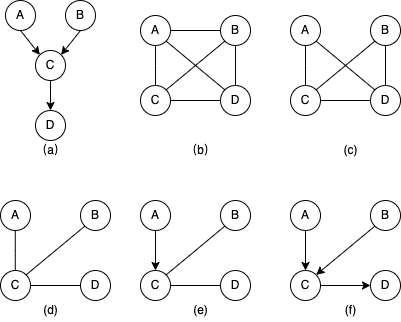
pardonpardon/graph keeps this draw.io diagram as pc_alg_step1.png. Above is the earlier version. Source tidied: cells renumbered, new cells last; positions are measured from the earlier drawing's top-left corner, leaving out a move shared by most shapes.
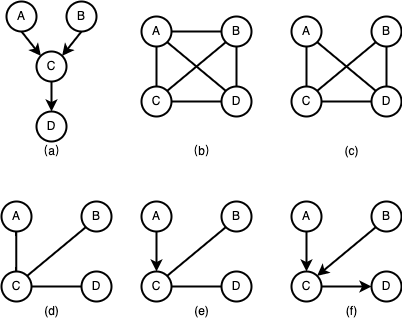
After the change.

Change to the diagram source:
```diff
@@ -2,171 +2,171 @@
   <root>
     <mxCell id="0" />
     <mxCell id="1" parent="0" />
-    <mxCell id="2" value="A" style="ellipse;whiteSpace=wrap;html=1;" parent="1" vertex="1">
+    <mxCell id="2" value="A" style="ellipse;whiteSpace=wrap;html=1;strokeWidth=2;" parent="1" vertex="1">
       <mxGeometry x="5" width="30" height="30" as="geometry" />
     </mxCell>
-    <mxCell id="3" value="B" style="ellipse;whiteSpace=wrap;html=1;" parent="1" vertex="1">
+    <mxCell id="3" value="B" style="ellipse;whiteSpace=wrap;html=1;strokeWidth=2;" parent="1" vertex="1">
       <mxGeometry x="65" width="30" height="30" as="geometry" />
     </mxCell>
-    <mxCell id="4" value="C" style="ellipse;whiteSpace=wrap;html=1;" parent="1" vertex="1">
+    <mxCell id="4" value="C" style="ellipse;whiteSpace=wrap;html=1;strokeWidth=2;" parent="1" vertex="1">
       <mxGeometry x="35" y="50" width="30" height="30" as="geometry" />
     </mxCell>
-    <mxCell id="5" value="D" style="ellipse;whiteSpace=wrap;html=1;direction=south;" parent="1" vertex="1">
+    <mxCell id="5" value="D" style="ellipse;whiteSpace=wrap;html=1;direction=south;strokeWidth=2;" parent="1" vertex="1">
       <mxGeometry x="35" y="110" width="30" height="30" as="geometry" />
     </mxCell>
-    <mxCell id="6" style="endArrow=classic;html=1;rounded=0;strokeWidth=1;exitX=0.5;exitY=1;exitDx=0;exitDy=0;entryX=0;entryY=0;entryDx=0;entryDy=0;" parent="1" edge="1" source="2" target="4">
+    <mxCell id="6" style="endArrow=classic;html=1;rounded=0;strokeWidth=2;exitX=0.5;exitY=1;exitDx=0;exitDy=0;entryX=0;entryY=0;entryDx=0;entryDy=0;" parent="1" edge="1" source="2" target="4">
       <mxGeometry relative="1" as="geometry" />
     </mxCell>
-    <mxCell id="7" style="endArrow=classic;html=1;rounded=0;strokeWidth=1;exitX=0.5;exitY=1;exitDx=0;exitDy=0;entryX=1;entryY=0;entryDx=0;entryDy=0;" parent="1" edge="1" source="3" target="4">
+    <mxCell id="7" style="endArrow=classic;html=1;rounded=0;strokeWidth=2;exitX=0.5;exitY=1;exitDx=0;exitDy=0;entryX=1;entryY=0;entryDx=0;entryDy=0;" parent="1" edge="1" source="3" target="4">
       <mxGeometry relative="1" as="geometry" />
     </mxCell>
-    <mxCell id="8" style="endArrow=classic;html=1;rounded=0;strokeWidth=1;exitX=0.5;exitY=1;exitDx=0;exitDy=0;entryX=0;entryY=0.5;entryDx=0;entryDy=0;" parent="1" edge="1" source="4" target="5">
+    <mxCell id="8" style="endArrow=classic;html=1;rounded=0;strokeWidth=2;exitX=0.5;exitY=1;exitDx=0;exitDy=0;entryX=0;entryY=0.5;entryDx=0;entryDy=0;" parent="1" edge="1" source="4" target="5">
       <mxGeometry relative="1" as="geometry" />
     </mxCell>
-    <mxCell id="9" value="A" style="ellipse;whiteSpace=wrap;html=1;" parent="1" vertex="1">
+    <mxCell id="9" value="A" style="ellipse;whiteSpace=wrap;html=1;strokeWidth=2;" parent="1" vertex="1">
       <mxGeometry x="140" y="15" width="30" height="30" as="geometry" />
     </mxCell>
-    <mxCell id="10" value="B" style="ellipse;whiteSpace=wrap;html=1;" parent="1" vertex="1">
+    <mxCell id="10" value="B" style="ellipse;whiteSpace=wrap;html=1;strokeWidth=2;" parent="1" vertex="1">
       <mxGeometry x="220" y="15" width="30" height="30" as="geometry" />
     </mxCell>
-    <mxCell id="11" value="D" style="ellipse;whiteSpace=wrap;html=1;" parent="1" vertex="1">
+    <mxCell id="11" value="D" style="ellipse;whiteSpace=wrap;html=1;strokeWidth=2;" parent="1" vertex="1">
       <mxGeometry x="220" y="85" width="30" height="30" as="geometry" />
     </mxCell>
-    <mxCell id="12" value="C" style="ellipse;whiteSpace=wrap;html=1;" parent="1" vertex="1">
+    <mxCell id="12" value="C" style="ellipse;whiteSpace=wrap;html=1;strokeWidth=2;" parent="1" vertex="1">
       <mxGeometry x="140" y="85" width="30" height="30" as="geometry" />
     </mxCell>
-    <mxCell id="13" style="endArrow=none;html=1;rounded=0;strokeWidth=1;exitX=0.5;exitY=0;exitDx=0;exitDy=0;entryX=0.5;entryY=1;entryDx=0;entryDy=0;" parent="1" edge="1" source="12" target="9">
+    <mxCell id="13" style="endArrow=none;html=1;rounded=0;strokeWidth=2;exitX=0.5;exitY=0;exitDx=0;exitDy=0;entryX=0.5;entryY=1;entryDx=0;entryDy=0;" parent="1" edge="1" source="12" target="9">
       <mxGeometry relative="1" as="geometry">
         <Array as="points">
           <mxPoint x="155" y="65" />
         </Array>
       </mxGeometry>
     </mxCell>
-    <mxCell id="14" style="endArrow=none;html=1;rounded=0;strokeWidth=1;exitX=1;exitY=0.5;exitDx=0;exitDy=0;entryX=0;entryY=0.5;entryDx=0;entryDy=0;" parent="1" edge="1" source="9" target="10">
+    <mxCell id="14" style="endArrow=none;html=1;rounded=0;strokeWidth=2;exitX=1;exitY=0.5;exitDx=0;exitDy=0;entryX=0;entryY=0.5;entryDx=0;entryDy=0;" parent="1" edge="1" source="9" target="10">
       <mxGeometry relative="1" as="geometry" />
     </mxCell>
-    <mxCell id="15" style="endArrow=none;html=1;rounded=0;strokeWidth=1;exitX=1;exitY=0.5;exitDx=0;exitDy=0;entryX=0;entryY=0.5;entryDx=0;entryDy=0;" parent="1" edge="1" source="12" target="11">
+    <mxCell id="15" style="endArrow=none;html=1;rounded=0;strokeWidth=2;exitX=1;exitY=0.5;exitDx=0;exitDy=0;entryX=0;entryY=0.5;entryDx=0;entryDy=0;" parent="1" edge="1" source="12" target="11">
       <mxGeometry relative="1" as="geometry" />
     </mxCell>
-    <mxCell id="16" style="endArrow=none;html=1;rounded=0;strokeWidth=1;exitX=0.5;exitY=0;exitDx=0;exitDy=0;entryX=0.5;entryY=1;entryDx=0;entryDy=0;" parent="1" edge="1" source="11" target="10">
+    <mxCell id="16" style="endArrow=none;html=1;rounded=0;strokeWidth=2;exitX=0.5;exitY=0;exitDx=0;exitDy=0;entryX=0.5;entryY=1;entryDx=0;entryDy=0;" parent="1" edge="1" source="11" target="10">
       <mxGeometry relative="1" as="geometry" />
     </mxCell>
-    <mxCell id="17" style="endArrow=none;html=1;rounded=0;strokeWidth=1;exitX=1;exitY=0;exitDx=0;exitDy=0;entryX=0;entryY=1;entryDx=0;entryDy=0;" parent="1" edge="1" source="12" target="10">
+    <mxCell id="17" style="endArrow=none;html=1;rounded=0;strokeWidth=2;exitX=1;exitY=0;exitDx=0;exitDy=0;entryX=0;entryY=1;entryDx=0;entryDy=0;" parent="1" edge="1" source="12" target="10">
       <mxGeometry relative="1" as="geometry" />
     </mxCell>
-    <mxCell id="18" style="endArrow=none;html=1;rounded=0;strokeWidth=1;exitX=1;exitY=1;exitDx=0;exitDy=0;entryX=0;entryY=0;entryDx=0;entryDy=0;" parent="1" edge="1" source="9" target="11">
+    <mxCell id="18" style="endArrow=none;html=1;rounded=0;strokeWidth=2;exitX=1;exitY=1;exitDx=0;exitDy=0;entryX=0;entryY=0;entryDx=0;entryDy=0;" parent="1" edge="1" source="9" target="11">
       <mxGeometry relative="1" as="geometry" />
     </mxCell>
-    <mxCell id="19" value="A" style="ellipse;whiteSpace=wrap;html=1;" parent="1" vertex="1">
+    <mxCell id="19" value="A" style="ellipse;whiteSpace=wrap;html=1;strokeWidth=2;" parent="1" vertex="1">
       <mxGeometry x="290" y="15" width="30" height="30" as="geometry" />
     </mxCell>
-    <mxCell id="20" value="B" style="ellipse;whiteSpace=wrap;html=1;" parent="1" vertex="1">
+    <mxCell id="20" value="B" style="ellipse;whiteSpace=wrap;html=1;strokeWidth=2;" parent="1" vertex="1">
       <mxGeometry x="370" y="15" width="30" height="30" as="geometry" />
     </mxCell>
-    <mxCell id="21" value="D" style="ellipse;whiteSpace=wrap;html=1;" parent="1" vertex="1">
+    <mxCell id="21" value="D" style="ellipse;whiteSpace=wrap;html=1;strokeWidth=2;" parent="1" vertex="1">
       <mxGeometry x="370" y="85" width="30" height="30" as="geometry" />
     </mxCell>
-    <mxCell id="22" value="C" style="ellipse;whiteSpace=wrap;html=1;" parent="1" vertex="1">
+    <mxCell id="22" value="C" style="ellipse;whiteSpace=wrap;html=1;strokeWidth=2;" parent="1" vertex="1">
       <mxGeometry x="290" y="85" width="30" height="30" as="geometry" />
     </mxCell>
-    <mxCell id="23" style="endArrow=none;html=1;rounded=0;strokeWidth=1;exitX=0.5;exitY=0;exitDx=0;exitDy=0;entryX=0.5;entryY=1;entryDx=0;entryDy=0;" parent="1" edge="1" source="22" target="19">
+    <mxCell id="23" style="endArrow=none;html=1;rounded=0;strokeWidth=2;exitX=0.5;exitY=0;exitDx=0;exitDy=0;entryX=0.5;entryY=1;entryDx=0;entryDy=0;" parent="1" edge="1" source="22" target="19">
       <mxGeometry relative="1" as="geometry">
         <Array as="points">
           <mxPoint x="305" y="65" />
         </Array>
       </mxGeometry>
     </mxCell>
-    <mxCell id="24" style="endArrow=none;html=1;rounded=0;strokeWidth=1;exitX=1;exitY=0.5;exitDx=0;exitDy=0;entryX=0;entryY=0.5;entryDx=0;entryDy=0;" parent="1" edge="1" source="22" target="21">
+    <mxCell id="24" style="endArrow=none;html=1;rounded=0;strokeWidth=2;exitX=1;exitY=0.5;exitDx=0;exitDy=0;entryX=0;entryY=0.5;entryDx=0;entryDy=0;" parent="1" edge="1" source="22" target="21">
       <mxGeometry relative="1" as="geometry" />
     </mxCell>
-    <mxCell id="25" style="endArrow=none;html=1;rounded=0;strokeWidth=1;exitX=0.5;exitY=0;exitDx=0;exitDy=0;entryX=0.5;entryY=1;entryDx=0;entryDy=0;" parent="1" edge="1" source="21" target="20">
+    <mxCell id="25" style="endArrow=none;html=1;rounded=0;strokeWidth=2;exitX=0.5;exitY=0;exitDx=0;exitDy=0;entryX=0.5;entryY=1;entryDx=0;entryDy=0;" parent="1" edge="1" source="21" target="20">
       <mxGeometry relative="1" as="geometry" />
     </mxCell>
-    <mxCell id="26" style="endArrow=none;html=1;rounded=0;strokeWidth=1;exitX=1;exitY=0;exitDx=0;exitDy=0;entryX=0;entryY=1;entryDx=0;entryDy=0;" parent="1" edge="1" source="22" target="20">
+    <mxCell id="26" style="endArrow=none;html=1;rounded=0;strokeWidth=2;exitX=1;exitY=0;exitDx=0;exitDy=0;entryX=0;entryY=1;entryDx=0;entryDy=0;" parent="1" edge="1" source="22" target="20">
       <mxGeometry relative="1" as="geometry" />
     </mxCell>
-    <mxCell id="27" style="endArrow=none;html=1;rounded=0;strokeWidth=1;exitX=1;exitY=1;exitDx=0;exitDy=0;entryX=0;entryY=0;entryDx=0;entryDy=0;" parent="1" edge="1" source="19" target="21">
+    <mxCell id="27" style="endArrow=none;html=1;rounded=0;strokeWidth=2;exitX=1;exitY=1;exitDx=0;exitDy=0;entryX=0;entryY=0;entryDx=0;entryDy=0;" parent="1" edge="1" source="19" target="21">
       <mxGeometry relative="1" as="geometry" />
     </mxCell>
-    <mxCell id="28" value="A" style="ellipse;whiteSpace=wrap;html=1;" parent="1" vertex="1">
+    <mxCell id="28" value="A" style="ellipse;whiteSpace=wrap;html=1;strokeWidth=2;" parent="1" vertex="1">
       <mxGeometry y="200" width="30" height="30" as="geometry" />
     </mxCell>
-    <mxCell id="29" value="B" style="ellipse;whiteSpace=wrap;html=1;" parent="1" vertex="1">
+    <mxCell id="29" value="B" style="ellipse;whiteSpace=wrap;html=1;strokeWidth=2;" parent="1" vertex="1">
       <mxGeometry x="80" y="200" width="30" height="30" as="geometry" />
     </mxCell>
-    <mxCell id="30" value="D" style="ellipse;whiteSpace=wrap;html=1;" parent="1" vertex="1">
+    <mxCell id="30" value="D" style="ellipse;whiteSpace=wrap;html=1;strokeWidth=2;" parent="1" vertex="1">
       <mxGeometry x="80" y="270" width="30" height="30" as="geometry" />
     </mxCell>
-    <mxCell id="31" value="C" style="ellipse;whiteSpace=wrap;html=1;" parent="1" vertex="1">
+    <mxCell id="31" value="C" style="ellipse;whiteSpace=wrap;html=1;strokeWidth=2;" parent="1" vertex="1">
       <mxGeometry y="270" width="30" height="30" as="geometry" />
     </mxCell>
-    <mxCell id="32" style="endArrow=none;html=1;rounded=0;strokeWidth=1;exitX=1;exitY=0.5;exitDx=0;exitDy=0;entryX=0;entryY=0.5;entryDx=0;entryDy=0;" parent="1" edge="1" source="31" target="30">
+    <mxCell id="32" style="endArrow=none;html=1;rounded=0;strokeWidth=2;exitX=1;exitY=0.5;exitDx=0;exitDy=0;entryX=0;entryY=0.5;entryDx=0;entryDy=0;" parent="1" edge="1" source="31" target="30">
       <mxGeometry relative="1" as="geometry" />
     </mxCell>
-    <mxCell id="33" style="endArrow=none;html=1;rounded=0;strokeWidth=1;exitX=1;exitY=0;exitDx=0;exitDy=0;entryX=0;entryY=1;entryDx=0;entryDy=0;" parent="1" edge="1" source="31" target="29">
+    <mxCell id="33" style="endArrow=none;html=1;rounded=0;strokeWidth=2;exitX=1;exitY=0;exitDx=0;exitDy=0;entryX=0;entryY=1;entryDx=0;entryDy=0;" parent="1" edge="1" source="31" target="29">
       <mxGeometry relative="1" as="geometry" />
     </mxCell>
-    <mxCell id="34" value="A" style="ellipse;whiteSpace=wrap;html=1;" parent="1" vertex="1">
+    <mxCell id="34" value="A" style="ellipse;whiteSpace=wrap;html=1;strokeWidth=2;" parent="1" vertex="1">
       <mxGeometry x="140" y="200" width="30" height="30" as="geometry" />
     </mxCell>
-    <mxCell id="35" value="B" style="ellipse;whiteSpace=wrap;html=1;" parent="1" vertex="1">
+    <mxCell id="35" value="B" style="ellipse;whiteSpace=wrap;html=1;strokeWidth=2;" parent="1" vertex="1">
       <mxGeometry x="220" y="200" width="30" height="30" as="geometry" />
     </mxCell>
-    <mxCell id="36" value="D" style="ellipse;whiteSpace=wrap;html=1;" parent="1" vertex="1">
+    <mxCell id="36" value="D" style="ellipse;whiteSpace=wrap;html=1;strokeWidth=2;" parent="1" vertex="1">
       <mxGeometry x="220" y="270" width="30" height="30" as="geometry" />
     </mxCell>
-    <mxCell id="37" value="C" style="ellipse;whiteSpace=wrap;html=1;" parent="1" vertex="1">
+    <mxCell id="37" value="C" style="ellipse;whiteSpace=wrap;html=1;strokeWidth=2;" parent="1" vertex="1">
       <mxGeometry x="140" y="270" width="30" height="30" as="geometry" />
     </mxCell>
-    <mxCell id="38" style="endArrow=none;html=1;rounded=0;strokeWidth=1;exitX=1;exitY=0;exitDx=0;exitDy=0;entryX=0;entryY=1;entryDx=0;entryDy=0;" parent="1" edge="1" source="37" target="35">
+    <mxCell id="38" style="endArrow=none;html=1;rounded=0;strokeWidth=2;exitX=1;exitY=0;exitDx=0;exitDy=0;entryX=0;entryY=1;entryDx=0;entryDy=0;" parent="1" edge="1" source="37" target="35">
       <mxGeometry relative="1" as="geometry" />
     </mxCell>
-    <mxCell id="39" value="A" style="ellipse;whiteSpace=wrap;html=1;" parent="1" vertex="1">
+    <mxCell id="39" value="A" style="ellipse;whiteSpace=wrap;html=1;strokeWidth=2;" parent="1" vertex="1">
       <mxGeometry x="290" y="200" width="30" height="30" as="geometry" />
     </mxCell>
-    <mxCell id="40" value="B" style="ellipse;whiteSpace=wrap;html=1;" parent="1" vertex="1">
+    <mxCell id="40" value="B" style="ellipse;whiteSpace=wrap;html=1;strokeWidth=2;" parent="1" vertex="1">
       <mxGeometry x="370" y="200" width="30" height="30" as="geometry" />
     </mxCell>
-    <mxCell id="41" value="D" style="ellipse;whiteSpace=wrap;html=1;" parent="1" vertex="1">
+    <mxCell id="41" value="D" style="ellipse;whiteSpace=wrap;html=1;strokeWidth=2;" parent="1" vertex="1">
       <mxGeometry x="370" y="270" width="30" height="30" as="geometry" />
     </mxCell>
-    <mxCell id="42" value="C" style="ellipse;whiteSpace=wrap;html=1;" parent="1" vertex="1">
+    <mxCell id="42" value="C" style="ellipse;whiteSpace=wrap;html=1;strokeWidth=2;" parent="1" vertex="1">
       <mxGeometry x="290" y="270" width="30" height="30" as="geometry" />
     </mxCell>
-    <mxCell id="43" style="endArrow=classic;html=1;rounded=0;strokeWidth=1;entryX=0.5;entryY=0;entryDx=0;entryDy=0;exitX=0.5;exitY=1;exitDx=0;exitDy=0;" parent="1" edge="1" source="34" target="37">
+    <mxCell id="43" style="endArrow=classic;html=1;rounded=0;strokeWidth=2;entryX=0.5;entryY=0;entryDx=0;entryDy=0;exitX=0.5;exitY=1;exitDx=0;exitDy=0;" parent="1" edge="1" source="34" target="37">
       <mxGeometry relative="1" as="geometry" />
     </mxCell>
-    <mxCell id="44" style="endArrow=classic;html=1;rounded=0;strokeWidth=1;entryX=0.5;entryY=0;entryDx=0;entryDy=0;exitX=0.5;exitY=1;exitDx=0;exitDy=0;" parent="1" edge="1" source="39" target="42">
+    <mxCell id="44" style="endArrow=classic;html=1;rounded=0;strokeWidth=2;entryX=0.5;entryY=0;entryDx=0;entryDy=0;exitX=0.5;exitY=1;exitDx=0;exitDy=0;" parent="1" edge="1" source="39" target="42">
       <mxGeometry relative="1" as="geometry" />
     </mxCell>
-    <mxCell id="45" style="endArrow=classic;html=1;rounded=0;strokeWidth=1;exitX=1;exitY=0.5;exitDx=0;exitDy=0;entryX=0;entryY=0.5;entryDx=0;entryDy=0;" parent="1" edge="1" source="42" target="41">
+    <mxCell id="45" style="endArrow=classic;html=1;rounded=0;strokeWidth=2;exitX=1;exitY=0.5;exitDx=0;exitDy=0;entryX=0;entryY=0.5;entryDx=0;entryDy=0;" parent="1" edge="1" source="42" target="41">
       <mxGeometry relative="1" as="geometry" />
     </mxCell>
-    <mxCell id="46" style="endArrow=classic;html=1;rounded=0;strokeWidth=1;entryX=1;entryY=0;entryDx=0;entryDy=0;exitX=0;exitY=1;exitDx=0;exitDy=0;" parent="1" edge="1" source="40" target="42">
+    <mxCell id="46" style="endArrow=classic;html=1;rounded=0;strokeWidth=2;entryX=1;entryY=0;entryDx=0;entryDy=0;exitX=0;exitY=1;exitDx=0;exitDy=0;" parent="1" edge="1" source="40" target="42">
       <mxGeometry relative="1" as="geometry" />
     </mxCell>
-    <mxCell id="47" value="（a）" style="text;html=1;align=center;verticalAlign=middle;strokeColor=none;fillColor=none;" parent="1" vertex="1">
+    <mxCell id="47" value="（a）" style="text;html=1;align=center;verticalAlign=middle;strokeColor=none;fillColor=none;strokeWidth=2;" parent="1" vertex="1">
       <mxGeometry x="25" y="140" width="50" height="20" as="geometry" />
     </mxCell>
-    <mxCell id="48" value="（b）" style="text;html=1;align=center;verticalAlign=middle;strokeColor=none;fillColor=none;" parent="1" vertex="1">
+    <mxCell id="48" value="（b）" style="text;html=1;align=center;verticalAlign=middle;strokeColor=none;fillColor=none;strokeWidth=2;" parent="1" vertex="1">
       <mxGeometry x="175" y="140" width="50" height="20" as="geometry" />
     </mxCell>
-    <mxCell id="49" value="(c)" style="text;html=1;align=center;verticalAlign=middle;strokeColor=none;fillColor=none;" parent="1" vertex="1">
+    <mxCell id="49" value="(c)" style="text;html=1;align=center;verticalAlign=middle;strokeColor=none;fillColor=none;strokeWidth=2;" parent="1" vertex="1">
       <mxGeometry x="335" y="140" width="30" height="20" as="geometry" />
     </mxCell>
-    <mxCell id="50" value="(d)" style="text;html=1;align=center;verticalAlign=middle;strokeColor=none;fillColor=none;" parent="1" vertex="1">
+    <mxCell id="50" value="(d)" style="text;html=1;align=center;verticalAlign=middle;strokeColor=none;fillColor=none;strokeWidth=2;" parent="1" vertex="1">
       <mxGeometry x="35" y="300" width="30" height="20" as="geometry" />
     </mxCell>
-    <mxCell id="51" value="(e)" style="text;html=1;align=center;verticalAlign=middle;strokeColor=none;fillColor=none;" parent="1" vertex="1">
+    <mxCell id="51" value="(e)" style="text;html=1;align=center;verticalAlign=middle;strokeColor=none;fillColor=none;strokeWidth=2;" parent="1" vertex="1">
       <mxGeometry x="185" y="300" width="30" height="20" as="geometry" />
     </mxCell>
-    <mxCell id="52" value="(f)" style="text;html=1;align=center;verticalAlign=middle;strokeColor=none;fillColor=none;" parent="1" vertex="1">
+    <mxCell id="52" value="(f)" style="text;html=1;align=center;verticalAlign=middle;strokeColor=none;fillColor=none;strokeWidth=2;" parent="1" vertex="1">
       <mxGeometry x="335" y="300" width="30" height="20" as="geometry" />
     </mxCell>
-    <mxCell id="53" style="endArrow=none;html=1;rounded=0;strokeWidth=1;exitX=1;exitY=0.5;exitDx=0;exitDy=0;entryX=0;entryY=0.5;entryDx=0;entryDy=0;" parent="1" edge="1" source="37" target="36">
+    <mxCell id="53" style="endArrow=none;html=1;rounded=0;strokeWidth=2;exitX=1;exitY=0.5;exitDx=0;exitDy=0;entryX=0;entryY=0.5;entryDx=0;entryDy=0;" parent="1" edge="1" source="37" target="36">
       <mxGeometry relative="1" as="geometry" />
     </mxCell>
-    <mxCell id="54" style="endArrow=none;html=1;rounded=0;strokeWidth=1;exitX=0.5;exitY=0;exitDx=0;exitDy=0;entryX=0.5;entryY=1;entryDx=0;entryDy=0;" parent="1" edge="1">
+    <mxCell id="54" style="endArrow=none;html=1;rounded=0;strokeWidth=2;exitX=0.5;exitY=0;exitDx=0;exitDy=0;entryX=0.5;entryY=1;entryDx=0;entryDy=0;" parent="1" edge="1">
       <mxGeometry relative="1" as="geometry">
         <mxPoint x="14.8" y="270" as="sourcePoint" />
         <mxPoint x="14.8" y="230" as="targetPoint" />
```
